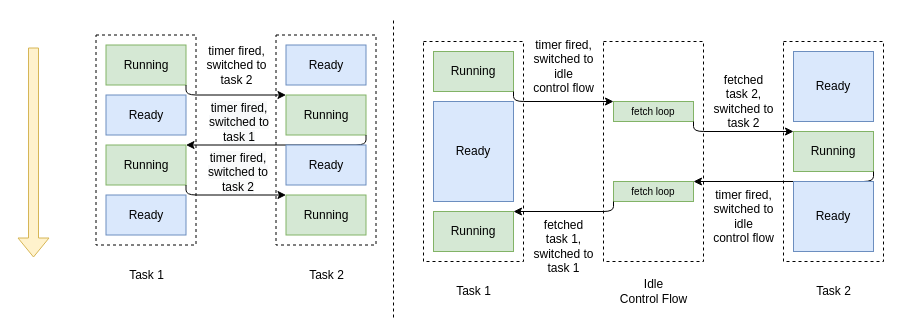
Earlier version of the draw.io diagram page "Page-3" (3 of 3) of rcore-process.drawio (justxuewei/draw.io). Source tidied: cells renumbered, new cells numbered last; positions are measured from the earlier drawing's top-left corner, leaving out a move shared by most shapes. Both pictures are drawn from the tidied source at 100%, with x=0, y=0 at pixel (33, 17).
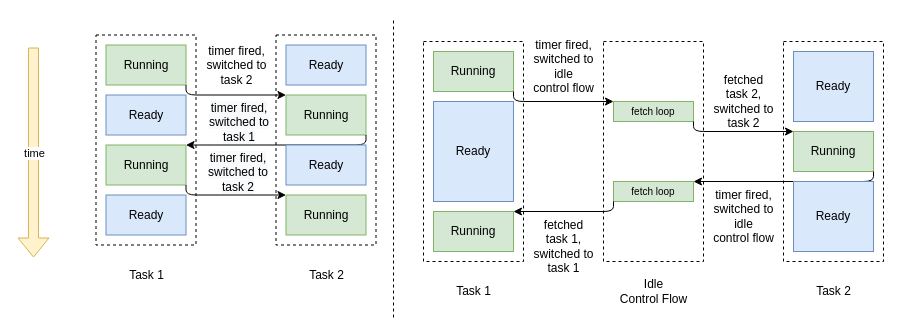
Above is the later version.

Unchanged cells that the change refers to:
```xml
<mxCell id="2" style="shape=flexArrow;endArrow=classic;html=1;rounded=0;fillColor=#fff2cc;strokeColor=#d6b656;" parent="1" edge="1">
  <mxGeometry relative="1" as="geometry">
    <mxPoint y="30" as="sourcePoint" />
    <mxPoint y="240" as="targetPoint" />
  </mxGeometry>
</mxCell>
```

What changed in the source:
```diff
@@
+    <mxCell id="46" value="time" style="edgeLabel;html=1;align=center;verticalAlign=middle;" parent="2" vertex="1">
+      <mxGeometry x="-0.28" y="-2" relative="1" as="geometry">
+        <mxPoint x="2" y="29" as="offset" />
+      </mxGeometry>
+    </mxCell>
```
